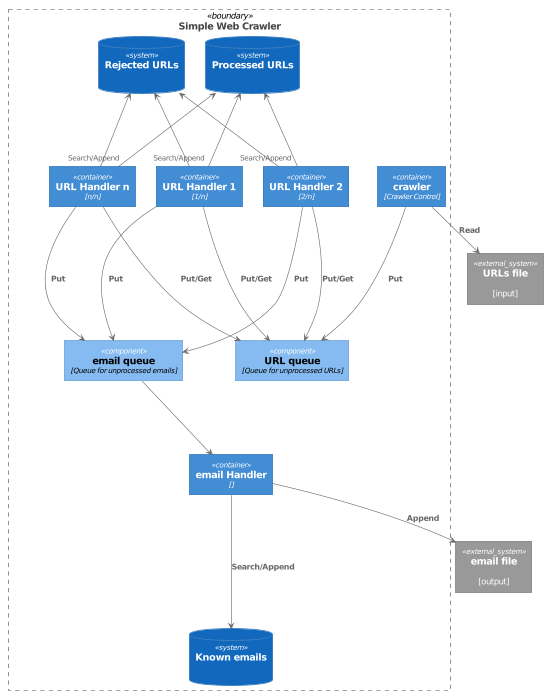
Before: design/diagrams/crawler_obj_c4.png, a diagram exported from PlantUML (brochwerger/crawler). Its diagram source:
```plantuml
@startuml






skinparam defaultTextAlignment center

skinparam wrapWidth 200
skinparam maxMessageSize 150

skinparam rectangle {
    StereotypeFontSize 12
    shadowing false
}

skinparam database {
    StereotypeFontSize 12
    shadowing false
}

skinparam Arrow {
    Color #666666
    FontColor #666666
    FontSize 12
}

skinparam rectangle<<boundary>> {
    Shadowing false
    StereotypeFontSize 0
    FontColor #444444
    BorderColor #444444
    BorderStyle dashed
}






















skinparam rectangle<<person>> {
    StereotypeFontColor #FFFFFF
    FontColor #FFFFFF
    BackgroundColor #08427B
    BorderColor #073B6F
}

skinparam rectangle<<external_person>> {
    StereotypeFontColor #FFFFFF
    FontColor #FFFFFF
    BackgroundColor #686868
    BorderColor #8A8A8A
}

skinparam rectangle<<system>> {
    StereotypeFontColor #FFFFFF
    FontColor #FFFFFF
    BackgroundColor #1168BD
    BorderColor #3C7FC0
}

skinparam rectangle<<external_system>> {
    StereotypeFontColor #FFFFFF
    FontColor #FFFFFF
    BackgroundColor #999999
    BorderColor #8A8A8A
}

skinparam database<<system>> {
    StereotypeFontColor #FFFFFF
    FontColor #FFFFFF
    BackgroundColor #1168BD
    BorderColor #3C7FC0
}

skinparam database<<external_system>> {
    StereotypeFontColor #FFFFFF
    FontColor #FFFFFF
    BackgroundColor #999999
    BorderColor #8A8A8A
}
















skinparam rectangle<<container>> {
    StereotypeFontColor #FFFFFF
    FontColor #FFFFFF
    BackgroundColor #438DD5
    BorderColor #3C7FC0
}

skinparam database<<container>> {
    StereotypeFontColor #FFFFFF
    FontColor #FFFFFF
    BackgroundColor #438DD5
    BorderColor #3C7FC0
}












skinparam rectangle<<component>> {
    StereotypeFontColor #FFFFFF
    FontColor #000000
    BackgroundColor #85BBF0
    BorderColor #78A8D8
}

skinparam database<<component>> {
    StereotypeFontColor #FFFFFF
    FontColor #000000
    BackgroundColor #85BBF0
    BorderColor #78A8D8
}







rectangle "==Simple Web Crawler" <<boundary>> as swc {

    rectangle "==crawler\n//<size:12>[Crawler Control]</size>//" <<container>> as crawler
    rectangle "==URL Handler 1\n//<size:12>[1/n]</size>//" <<container>> as uh1
    rectangle "==URL Handler 2\n//<size:12>[2/n]</size>//" <<container>> as uh2
    rectangle "==URL Handler n\n//<size:12>[n/n]</size>//" <<container>> as uhn

    rectangle "==email Handler\n//<size:12>[]</size>//" <<container>> as emailHandler

    rectangle "==email queue\n//<size:12>[Queue for unprocessed emails]</size>//" <<component>> as emailQueue
    rectangle "==URL queue\n//<size:12>[Queue for unprocessed URLs]</size>//" <<component>> as urlQueue

    database "==Processed URLs\n\n " <<system>> as listOfprocessedUrls
    database "==Rejected URLs\n\n " <<system>> as listOfRejectedUrls

    database "==Known emails\n\n " <<system>> as listOfknownEmails
}

rectangle "==URLs file\n\n [input]" <<external_system>> as urlfile
rectangle "==email file\n\n [output]" <<external_system>> as emailfile

crawler --> urlQueue : "===Put"
crawler --> urlfile : "===Read"

uh1 --> urlQueue : "===Put/Get"
uh2 --> urlQueue : "===Put/Get"
uhn --> urlQueue : "===Put/Get"

uh1 --> emailQueue : "===Put"
uh2 --> emailQueue : "===Put"
uhn --> emailQueue : "===Put"


listOfprocessedUrls <-- "Search/Append" uh1
listOfprocessedUrls <-- "Search/Append" uh2
listOfprocessedUrls <-- "Search/Append" uhn

listOfRejectedUrls <-- uh1
listOfRejectedUrls <-- uh2
listOfRejectedUrls <-- uhn

emailQueue --> emailHandler
emailHandler --> listOfknownEmails : "===Search/Append"
emailHandler --> emailfile : "===Append"


@enduml
```
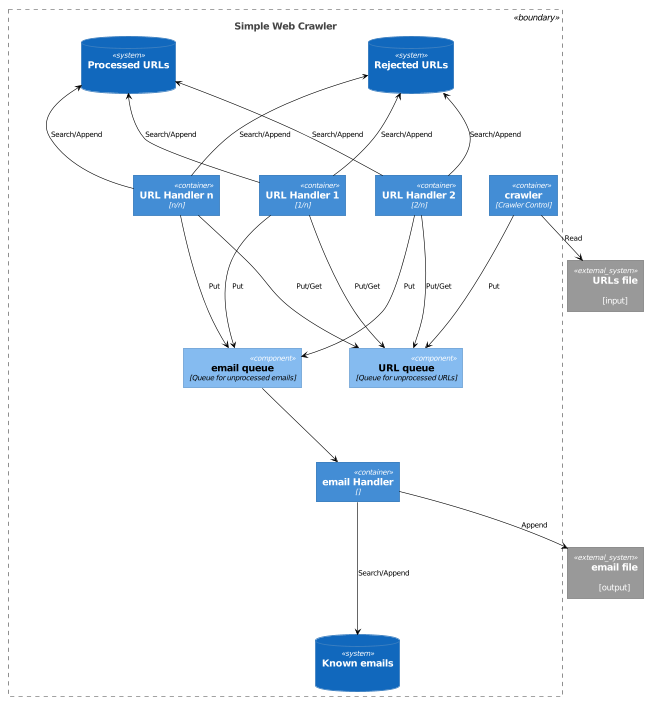
Above is the later version.

Commit message:
Added macros from archimate for even nicer looking graphs (controlled relationship directions).

What changed in the source:
```diff
@@ -157,6 +157,105 @@
 
 
 
+skinparam defaultTextAlignment center
+skinparam wrapWidth 400
+skinparam maxMessageSize 150
+skinparam StereotypeAlignment right
+
+skinparam Arrow {
+    Color #000000
+    FontColor #000000
+    FontSize 12
+}
+skinparam Folder<<grouping>> {
+    Shadowing true
+    StereotypeFontSize 0
+    FontColor #444444
+    BorderColor #444444
+    BorderStyle dashed
+}
+skinparam Folder<<group>> {
+    Shadowing true
+    StereotypeFontSize 0
+    FontColor #444444
+    BackgroundColor lightgrey
+}
+skinparam rectangle<<boundary>> {
+    Shadowing false
+    StereotypeFontSize 0
+    FontColor #444444
+    BorderColor #444444
+    BorderStyle dashed
+}
+skinparam node {
+  StereotypeAlignment right
+}
+skinparam cloud {
+  StereotypeAlignment right
+}
+skinparam frame {
+  StereotypeAlignment right
+}
+skinparam archimate {
+  StereotypeAlignment right
+  RoundCorner<<strategy-capability>> 25
+  RoundCorner<<strategy-course-of-action>> 25
+  RoundCorner<<business-process>> 25
+  RoundCorner<<business-function>> 25
+  RoundCorner<<business-interaction>> 25
+  RoundCorner<<business-event>> 25
+  RoundCorner<<business-service>> 25
+  RoundCorner<<application-function>> 25
+  RoundCorner<<application-interaction>> 25
+  RoundCorner<<application-process>> 25
+  RoundCorner<<application-event>> 25
+  RoundCorner<<application-service>> 25
+  RoundCorner<<technology-function>> 25
+  RoundCorner<<technology-process>> 25
+  RoundCorner<<technology-interaction>> 25
+  RoundCorner<<technology-event>> 25
+  RoundCorner<<technology-infra-service>> 25
+  RoundCorner<<implementation-workpackage>> 25
+  RoundCorner<<implementation-event>> 25
+  DiagonalCorner<<motivation-stakeholder>> 12
+  DiagonalCorner<<motivation-driver>> 12
+  DiagonalCorner<<motivation-assessment>> 12
+  DiagonalCorner<<motivation-goal>> 12
+  DiagonalCorner<<motivation-outcome>> 12
+  DiagonalCorner<<motivation-principle>> 12
+  DiagonalCorner<<motivation-requirement>> 12
+  DiagonalCorner<<motivation-constraint>> 12
+}
+skinparam usecase {
+  BorderColor #000000
+}
+
+
+
+
+
+
+
+
+
+
+
+
+
+
+
+
+
+
+
+
+
+
+
+
+
+
+
 rectangle "==Simple Web Crawler" <<boundary>> as swc {
 
     rectangle "==crawler\n//<size:12>[Crawler Control]</size>//" <<container>> as crawler
@@ -178,29 +277,29 @@
 rectangle "==URLs file\n\n [input]" <<external_system>> as urlfile
 rectangle "==email file\n\n [output]" <<external_system>> as emailfile
 
-crawler --> urlQueue : "===Put"
-crawler --> urlfile : "===Read"
+crawler --> urlQueue : "Put"
+crawler --> urlfile : "Read"
 
-uh1 --> urlQueue : "===Put/Get"
-uh2 --> urlQueue : "===Put/Get"
-uhn --> urlQueue : "===Put/Get"
+uh1 --> urlQueue : "Put/Get"
+uh2 --> urlQueue : "Put/Get"
+uhn --> urlQueue : "Put/Get"
 
-uh1 --> emailQueue : "===Put"
-uh2 --> emailQueue : "===Put"
-uhn --> emailQueue : "===Put"
+uh1 --> emailQueue : "Put"
+uh2 --> emailQueue : "Put"
+uhn --> emailQueue : "Put"
+
+uh1 -UP-> listOfprocessedUrls : "Search/Append"
+uh2 -UP-> listOfprocessedUrls : "Search/Append"
+uhn -UP-> listOfprocessedUrls : "Search/Append"
+
+uh1 -UP-> listOfRejectedUrls : "Search/Append"
+uh2 -UP-> listOfRejectedUrls : "Search/Append"
+uhn -UP-> listOfRejectedUrls : "Search/Append"
 
 
-listOfprocessedUrls <-- "Search/Append" uh1
-listOfprocessedUrls <-- "Search/Append" uh2
-listOfprocessedUrls <-- "Search/Append" uhn
-
-listOfRejectedUrls <-- uh1
-listOfRejectedUrls <-- uh2
-listOfRejectedUrls <-- uhn
-
 emailQueue --> emailHandler
-emailHandler --> listOfknownEmails : "===Search/Append"
-emailHandler --> emailfile : "===Append"
+emailHandler --> listOfknownEmails : "Search/Append"
+emailHandler --> emailfile : "Append"
 
 
 @enduml
```
